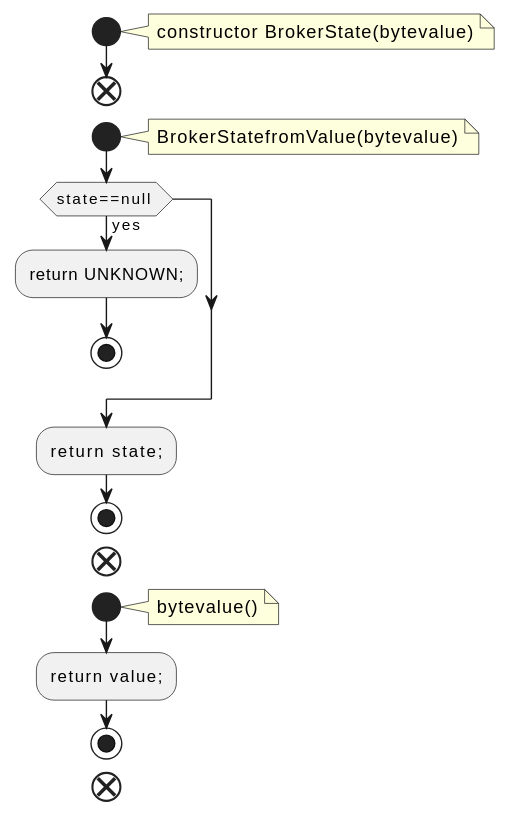
qualitesys/kafka keeps this PlantUML diagram as docs/qc/metadata/src/main/java/org/apache/kafka/metadata/BrokerState.java.fct.svg. Above is the earlier version.
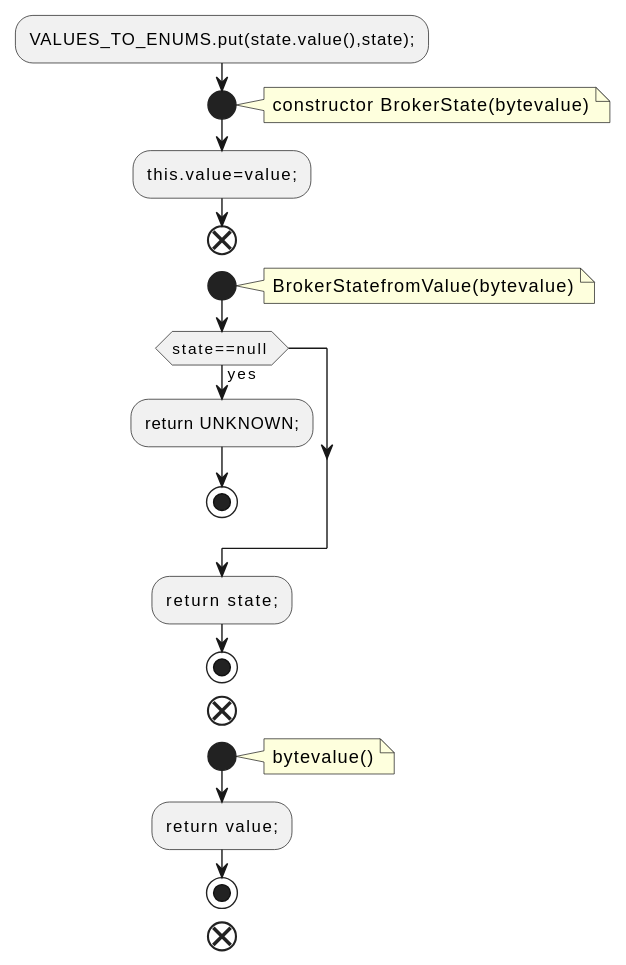
After the commit.

Change to the diagram source:
```diff
@@ -1,9 +1,11 @@
 @startuml
 !pragma layout smetana
+:VALUES_TO_ENUMS.put(state.value(),state);;
 start
 note right
 constructor BrokerState(bytevalue)
 end note
+:this.value=value;;
 end
 start
 note right
```
